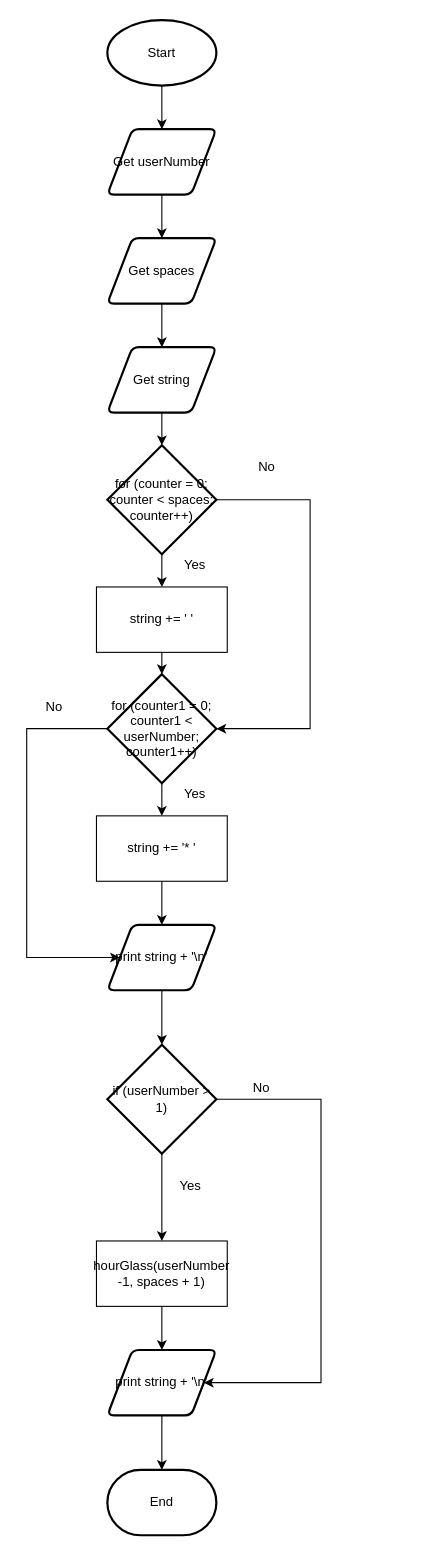
Above: design/string.drawio in Huzaifa-Khalid-2/ics4u-assignment-4-typescript (draw.io), before the change. Source tidied: cells renumbered, new cells numbered last; positions are measured from the earlier drawing's top-left corner, leaving out a move shared by most shapes. Both pictures are drawn from the tidied source at 109%, with x=0, y=0 at pixel (26, 20).
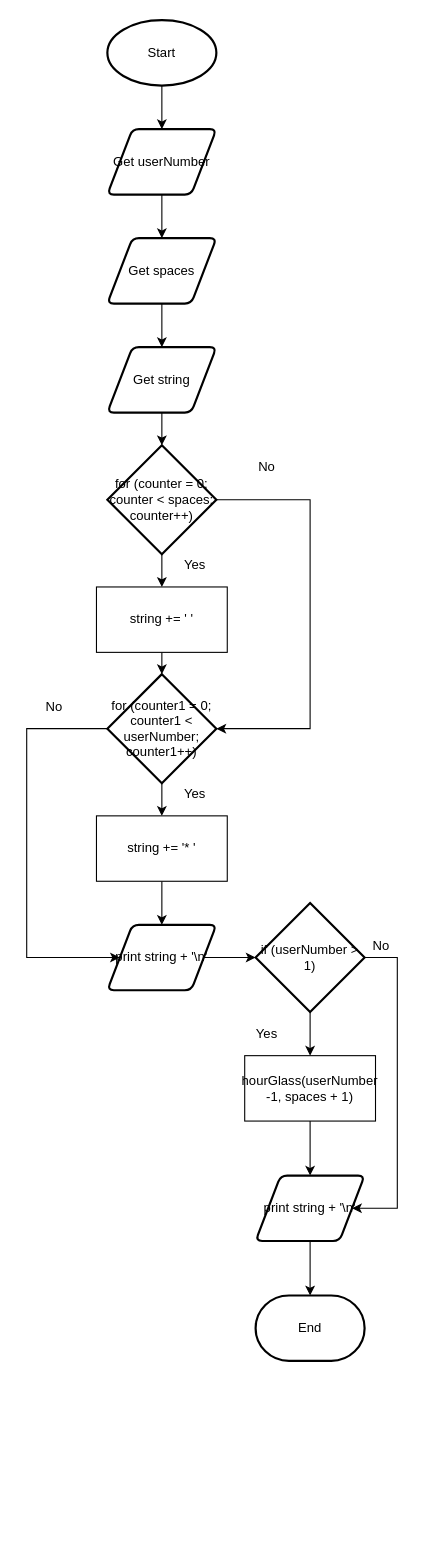
After the change.

The edit, as a diff of the source:
```diff
@@
-    <mxCell id="22" style="edgeStyle=none;html=1;entryX=0.5;entryY=0;entryDx=0;entryDy=0;" parent="1" edge="1" source="24" target="26">
-      <mxGeometry relative="1" as="geometry" />
+    <mxCell id="22" style="edgeStyle=none;html=1;exitX=0.5;exitY=1;exitDx=0;exitDy=0;exitPerimeter=0;" parent="1" edge="1" source="24">
+      <mxGeometry relative="1" as="geometry">
+        <mxPoint x="260" y="950" as="targetPoint" />
+      </mxGeometry>
     </mxCell>
-    <mxCell id="23" style="edgeStyle=orthogonalEdgeStyle;rounded=0;html=1;entryX=1;entryY=0.5;entryDx=0;entryDy=0;" parent="1" edge="1" source="24" target="28">
+    <mxCell id="23" style="edgeStyle=orthogonalEdgeStyle;rounded=0;html=1;entryX=1;entryY=0.5;entryDx=0;entryDy=0;exitX=1;exitY=0.5;exitDx=0;exitDy=0;exitPerimeter=0;" parent="1" edge="1" source="24" target="28">
       <mxGeometry relative="1" as="geometry">
         <Array as="points">
-          <mxPoint x="270" y="990" />
-          <mxPoint x="270" y="1250" />
+          <mxPoint x="340" y="860" />
+          <mxPoint x="340" y="1090" />
         </Array>
       </mxGeometry>
     </mxCell>
     <mxCell id="24" value="if (userNumber &amp;gt; 1)" style="strokeWidth=2;html=1;shape=mxgraph.flowchart.decision;whiteSpace=wrap;" parent="1" vertex="1">
-      <mxGeometry x="74" y="940" width="100" height="100" as="geometry" />
+      <mxGeometry x="210" y="810" width="100" height="100" as="geometry" />
     </mxCell>
@@
     <mxCell id="26" value="hourGlass(userNumber -1, spaces + 1)" style="rounded=0;whiteSpace=wrap;html=1;" parent="1" vertex="1">
-      <mxGeometry x="64" y="1120" width="120" height="60" as="geometry" />
+      <mxGeometry x="200" y="950" width="120" height="60" as="geometry" />
     </mxCell>
-    <mxCell id="27" style="edgeStyle=orthogonalEdgeStyle;rounded=0;html=1;entryX=0.5;entryY=0;entryDx=0;entryDy=0;entryPerimeter=0;" parent="1" edge="1" source="28" target="35">
-      <mxGeometry relative="1" as="geometry" />
-    </mxCell>
+    <mxCell id="36" style="edgeStyle=none;html=1;" parent="1" edge="1" source="28">
+      <mxGeometry relative="1" as="geometry">
+        <mxPoint x="260" y="1170" as="targetPoint" />
+      </mxGeometry>
+    </mxCell>
     <mxCell id="28" value="print string + '\n'" style="shape=parallelogram;html=1;strokeWidth=2;perimeter=parallelogramPerimeter;whiteSpace=wrap;rounded=1;arcSize=12;size=0.23;" parent="1" vertex="1">
-      <mxGeometry x="74" y="1220" width="100" height="60" as="geometry" />
+      <mxGeometry x="210" y="1060" width="100" height="60" as="geometry" />
     </mxCell>
     <mxCell id="29" value="Yes" style="text;html=1;align=center;verticalAlign=middle;strokeColor=none;fillColor=none;" parent="1" vertex="1">
-      <mxGeometry x="130" y="1060" width="40" height="20" as="geometry" />
+      <mxGeometry x="200" y="920" width="40" height="20" as="geometry" />
     </mxCell>
@@
     <mxCell id="34" value="No" style="text;html=1;align=center;verticalAlign=middle;strokeColor=none;fillColor=none;" parent="1" vertex="1">
-      <mxGeometry x="200" y="970" width="30" height="20" as="geometry" />
+      <mxGeometry x="310" y="840" width="30" height="20" as="geometry" />
     </mxCell>
     <mxCell id="35" value="End" style="strokeWidth=2;html=1;shape=mxgraph.flowchart.terminator;whiteSpace=wrap;" parent="1" vertex="1">
-      <mxGeometry x="74" y="1330" width="100" height="60" as="geometry" />
+      <mxGeometry x="210" y="1170" width="100" height="60" as="geometry" />
     </mxCell>
```
